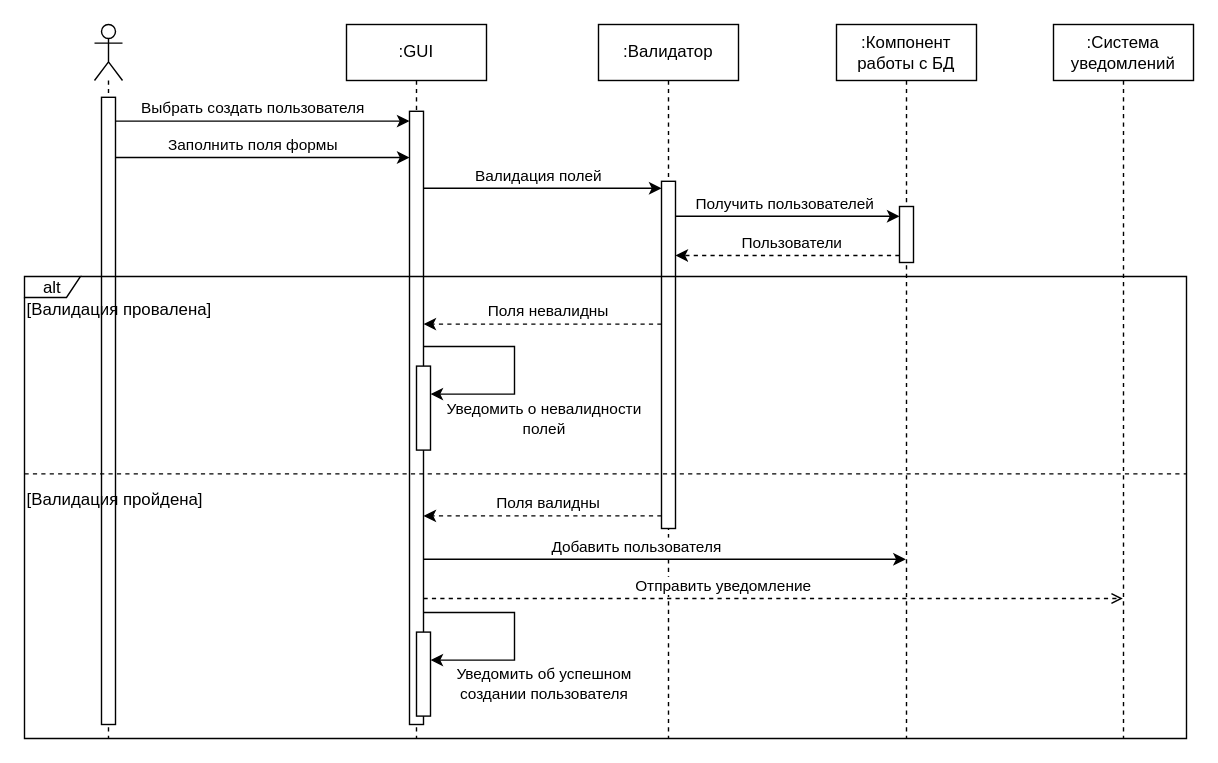
Before: docs/raw_diagrams/create_task_sequence.drawio in aVorotnikov/thunder_board, a draw.io diagram. Source tidied: cells renumbered, new cells numbered last; positions are measured from the earlier drawing's top-left corner, leaving out a move shared by most shapes. Both pictures are drawn from the tidied source at 140%, with x=0, y=0 at pixel (24, 24).
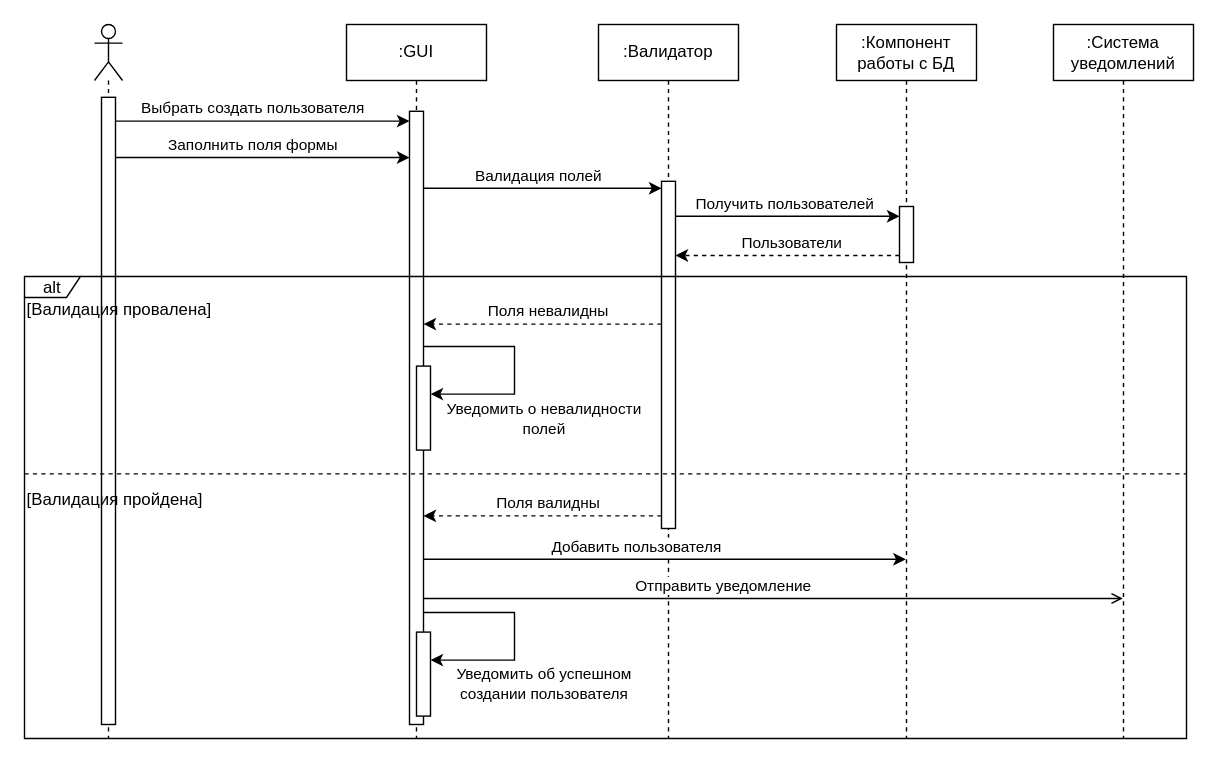
After the change.

Unchanged cells that the change refers to:
```xml
<mxCell id="8" value=":Система уведомлений" style="shape=umlLifeline;perimeter=lifelinePerimeter;whiteSpace=wrap;html=1;outlineConnect=0;portConstraint=eastwest;newEdgeStyle={&quot;edgeStyle&quot;:&quot;elbowEdgeStyle&quot;,&quot;elbow&quot;:&quot;vertical&quot;,&quot;curved&quot;:0,&quot;rounded&quot;:0};" parent="1" vertex="1">
  <mxGeometry x="735" width="100" height="510" as="geometry" />
</mxCell>
```

What changed in the source:
```diff
@@
-    <mxCell id="35" style="endArrow=open;html=1;rounded=0;dashed=1;endFill=0;" parent="1" edge="1" target="8">
+    <mxCell id="35" style="endArrow=open;html=1;rounded=0;endFill=0;" parent="1" edge="1" target="8">
       <mxGeometry relative="1" as="geometry">
         <mxPoint x="285" y="410" as="sourcePoint" />
       </mxGeometry>
     </mxCell>
```
